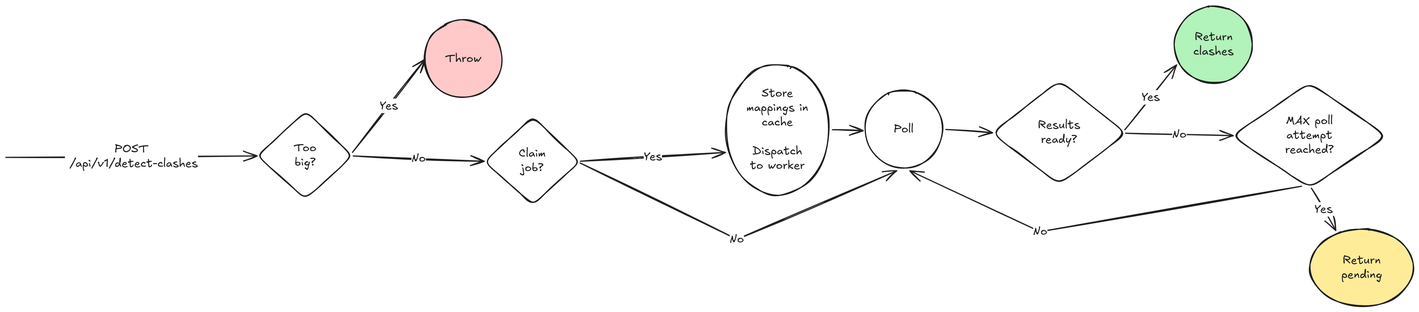
2pacalypse/clashing-buildings keeps this Excalidraw diagram as docs/diagrams/post-flow.png. Above is the earlier version. Source tidied: one line per element, renumbered; positions are measured from the earlier drawing's top-left corner, leaving out a move shared by most shapes.
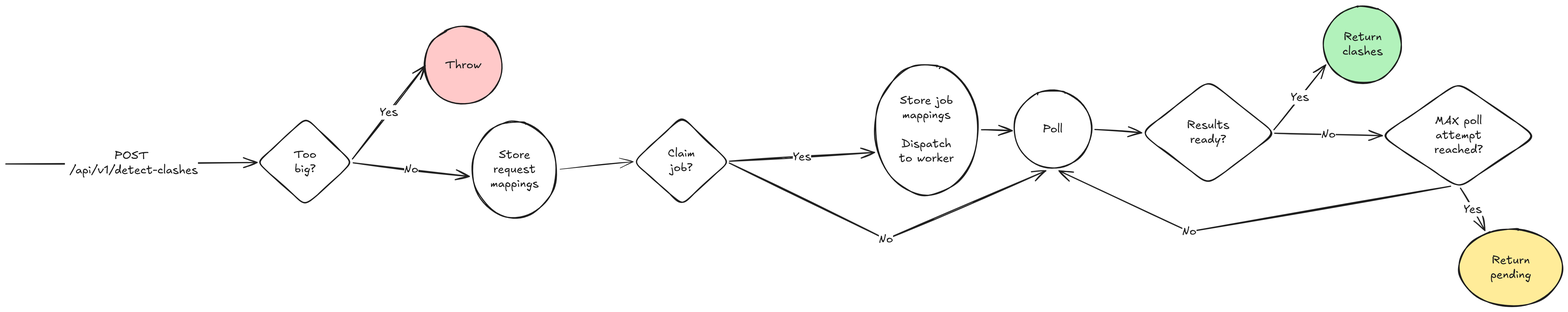
After the commit.

Commit message:
style: update post-flow diagram for enhanced visual clarity

The edit, as a diff of the source:
```diff
@@ -2,21 +2,21 @@
 {"id": 1, "type": "text", "text": "Claim\njob?", "strokeColor": "#1e1e1e", "strokeWidth": 2, "roughness": 1, "fontSize": 20, "fontFamily": 5, "textAlign": "center", "verticalAlign": "middle", "inside": 0, "x": 886, "y": 243, "width": 47, "height": 50}
 {"id": 2, "type": "text", "text": "Yes", "strokeColor": "#1e1e1e", "strokeWidth": 2, "roughness": 1, "fontSize": 20, "fontFamily": 5, "textAlign": "center", "verticalAlign": "middle", "inside": 17, "x": 1178, "y": 189, "width": 32, "height": 25}
 {"id": 3, "type": "text", "text": "No", "strokeColor": "#1e1e1e", "strokeWidth": 2, "roughness": 1, "fontSize": 20, "fontFamily": 5, "textAlign": "center", "verticalAlign": "middle", "inside": 31, "x": 1572, "y": 439, "width": 25, "height": 25}
-{"id": 4, "type": "arrow", "strokeColor": "#1e1e1e", "strokeWidth": 2, "roughness": 1, "endArrowhead": "arrow", "to": 8, "x": 0, "y": 262, "width": 434, "height": 3, "points": [[0, 0], [434, -3]]}
+{"id": 4, "type": "arrow", "strokeColor": "#1e1e1e", "strokeWidth": 2, "roughness": 1, "endArrowhead": "arrow", "to": 8, "x": -258, "y": 274, "width": 434, "height": 3, "points": [[0, 0], [434, -3]]}
 {"id": 5, "type": "text", "text": "POST\n /api/v1/detect-clashes", "strokeColor": "#1e1e1e", "strokeWidth": 2, "roughness": 1, "fontSize": 20, "fontFamily": 5, "textAlign": "center", "verticalAlign": "middle", "inside": 4, "x": 102, "y": 236, "width": 230, "height": 50}
 {"id": 6, "type": "ellipse", "strokeColor": "#1e1e1e", "backgroundColor": "#ffec99", "fillStyle": "solid", "strokeWidth": 2, "roughness": 1, "round": true, "x": 2254, "y": 386, "width": 178, "height": 134}
 {"id": 7, "type": "text", "text": "Return\npending", "strokeColor": "#1e1e1e", "strokeWidth": 2, "roughness": 1, "fontSize": 20, "fontFamily": 5, "textAlign": "center", "verticalAlign": "middle", "inside": 6, "x": 2308, "y": 428, "width": 71, "height": 50}
-{"id": 8, "type": "diamond", "strokeColor": "#1e1e1e", "strokeWidth": 2, "roughness": 1, "round": true, "x": 435, "y": 183, "width": 165, "height": 152}
+{"id": 8, "type": "diamond", "strokeColor": "#1e1e1e", "strokeWidth": 2, "roughness": 1, "round": true, "x": 177, "y": 194, "width": 165, "height": 152}
-{"id": 9, "type": "text", "text": "Too\nbig?", "strokeColor": "#1e1e1e", "strokeWidth": 2, "roughness": 1, "fontSize": 20, "fontFamily": 5, "textAlign": "center", "verticalAlign": "middle", "inside": 8, "x": 498, "y": 234, "width": 39, "height": 50}
+{"id": 9, "type": "text", "text": "Too\nbig?", "strokeColor": "#1e1e1e", "strokeWidth": 2, "roughness": 1, "fontSize": 20, "fontFamily": 5, "textAlign": "center", "verticalAlign": "middle", "inside": 8, "x": 240, "y": 245, "width": 39, "height": 50}
 {"id": 10, "type": "text", "text": "Yes", "strokeColor": "#1e1e1e", "strokeWidth": 2, "roughness": 1, "fontSize": 20, "fontFamily": 5, "textAlign": "center", "verticalAlign": "middle", "inside": 12, "x": 665, "y": 150, "width": 32, "height": 25}
-{"id": 11, "type": "ellipse", "strokeColor": "#1e1e1e", "backgroundColor": "#ffc9c9", "fillStyle": "solid", "strokeWidth": 2, "roughness": 1, "round": true, "x": 724, "y": 25, "width": 134, "height": 134}
+{"id": 11, "type": "ellipse", "strokeColor": "#1e1e1e", "backgroundColor": "#ffc9c9", "fillStyle": "solid", "strokeWidth": 2, "roughness": 1, "round": true, "x": 466, "y": 36, "width": 134, "height": 134}
-{"id": 12, "type": "arrow", "strokeColor": "#1e1e1e", "strokeWidth": 2, "roughness": 1, "endArrowhead": "arrow", "from": 8, "to": 11, "x": 599, "y": 254, "width": 126, "height": 161, "points": [[0, 0], [126, -161]]}
+{"id": 12, "type": "arrow", "strokeColor": "#1e1e1e", "strokeWidth": 2, "roughness": 1, "endArrowhead": "arrow", "from": 8, "to": 11, "x": 341, "y": 265, "width": 126, "height": 161, "points": [[0, 0], [126, -161]]}
-{"id": 13, "type": "text", "text": "Throw", "strokeColor": "#1e1e1e", "strokeWidth": 2, "roughness": 1, "fontSize": 20, "fontFamily": 5, "textAlign": "center", "verticalAlign": "middle", "inside": 11, "x": 759, "y": 79, "width": 63, "height": 25}
+{"id": 13, "type": "text", "text": "Throw", "strokeColor": "#1e1e1e", "strokeWidth": 2, "roughness": 1, "fontSize": 20, "fontFamily": 5, "textAlign": "center", "verticalAlign": "middle", "inside": 11, "x": 502, "y": 91, "width": 63, "height": 25}
-{"id": 14, "type": "arrow", "strokeColor": "#1e1e1e", "strokeWidth": 2, "roughness": 1, "endArrowhead": "arrow", "from": 8, "to": 0, "x": 601, "y": 260, "width": 226, "height": 9, "points": [[0, 0], [226, 9]]}
+{"id": 14, "type": "arrow", "strokeColor": "#1e1e1e", "strokeWidth": 2, "roughness": 1, "endArrowhead": "arrow", "from": 8, "to": 38, "x": 343, "y": 272, "width": 201, "height": 24, "points": [[0, 0], [201, 24]]}
 {"id": 15, "type": "text", "text": "No", "strokeColor": "#1e1e1e", "strokeWidth": 2, "roughness": 1, "fontSize": 20, "fontFamily": 5, "textAlign": "center", "verticalAlign": "middle", "inside": 14, "x": 701, "y": 252, "width": 25, "height": 25}
 {"id": 16, "type": "ellipse", "strokeColor": "#1e1e1e", "strokeWidth": 2, "roughness": 1, "round": true, "x": 1244, "y": 101, "width": 178, "height": 226}
 {"id": 17, "type": "arrow", "strokeColor": "#1e1e1e", "strokeWidth": 2, "roughness": 1, "endArrowhead": "arrow", "from": 0, "to": 16, "x": 993, "y": 269, "width": 251, "height": 15, "points": [[0, 0], [251, -15]]}
-{"id": 18, "type": "text", "text": "Store\nmappings in\ncache\n\nDispatch\nto worker", "strokeColor": "#1e1e1e", "strokeWidth": 2, "roughness": 1, "fontSize": 20, "fontFamily": 5, "textAlign": "center", "verticalAlign": "middle", "inside": 16, "x": 1280, "y": 139, "width": 107, "height": 150}
+{"id": 18, "type": "text", "text": "Store job\nmappings\n\nDispatch\nto worker", "strokeColor": "#1e1e1e", "strokeWidth": 2, "roughness": 1, "fontSize": 20, "fontFamily": 5, "textAlign": "center", "verticalAlign": "middle", "inside": 16, "x": 1286, "y": 152, "width": 95, "height": 125}
 {"id": 19, "type": "ellipse", "strokeColor": "#1e1e1e", "backgroundColor": "#b2f2bb", "fillStyle": "solid", "strokeWidth": 2, "roughness": 1, "round": true, "x": 2020, "y": 0, "width": 134, "height": 134}
 {"id": 20, "type": "text", "text": "Return\nclashes", "strokeColor": "#1e1e1e", "strokeWidth": 2, "roughness": 1, "fontSize": 20, "fontFamily": 5, "textAlign": "center", "verticalAlign": "middle", "inside": 19, "x": 2053, "y": 42, "width": 70, "height": 50}
 {"id": 21, "type": "arrow", "strokeColor": "#1e1e1e", "strokeWidth": 2, "roughness": 1, "endArrowhead": "arrow", "from": 16, "x": 1429, "y": 215, "width": 53, "height": 2, "points": [[0, 0], [53, 2]]}
@@ -36,3 +36,6 @@
 {"id": 35, "type": "arrow", "strokeColor": "#1e1e1e", "strokeWidth": 2, "roughness": 1, "endArrowhead": "arrow", "from": 33, "to": 19, "x": 1934, "y": 215, "width": 90, "height": 112, "points": [[0, 0], [90, -112]]}
 {"id": 36, "type": "text", "text": "Results\nready?", "strokeColor": "#1e1e1e", "strokeWidth": 2, "roughness": 1, "fontSize": 20, "fontFamily": 5, "textAlign": "center", "verticalAlign": "middle", "inside": 33, "x": 1783, "y": 194, "width": 74, "height": 50}
 {"id": 37, "type": "arrow", "strokeColor": "#1e1e1e", "strokeWidth": 2, "roughness": 1, "endArrowhead": "arrow", "from": 30, "to": 33, "x": 1625, "y": 214, "width": 81, "height": 6, "points": [[0, 0], [81, 6]]}
+{"id": 38, "type": "ellipse", "strokeColor": "#1e1e1e", "strokeWidth": 2, "roughness": 1, "round": true, "x": 549, "y": 200, "width": 145, "height": 167}
+{"id": 39, "type": "text", "text": "Store\nrequest\nmappings", "strokeColor": "#1e1e1e", "strokeWidth": 2, "roughness": 1, "fontSize": 20, "fontFamily": 5, "textAlign": "center", "verticalAlign": "middle", "inside": 38, "x": 580, "y": 246, "width": 84, "height": 75}
+{"id": 40, "type": "arrow", "strokeColor": "#1e1e1e", "strokeWidth": 1, "roughness": 1, "endArrowhead": "arrow", "from": 38, "to": 0, "x": 700, "y": 283, "width": 127, "height": 13, "points": [[0, 0], [127, -13]]}
```
